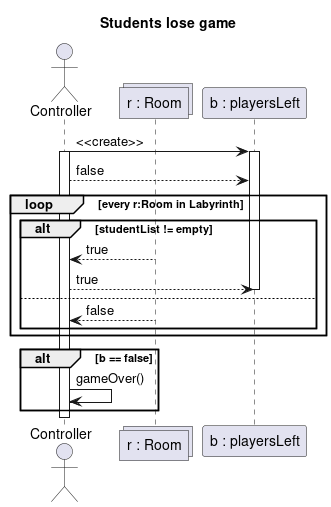
Before: out/Reko/gameOver/Students lose game.png, a diagram exported from PlantUML (MBakter/echo). The source it was exported from:
```plantuml
@startuml Students lose game
title Students lose game

actor Controller as C
collections "r : Room" as r
participant "b : playersLeft" as b

C -> b : <<create>>
Activate C
Activate b
C --> b : false
loop every r:Room in Labyrinth
alt studentList != empty
r --> C : true
C --> b : true
Deactivate b
else
r --> C : false
end
end
alt b == false
C -> C : gameOver()
end
Deactivate C

@enduml
```
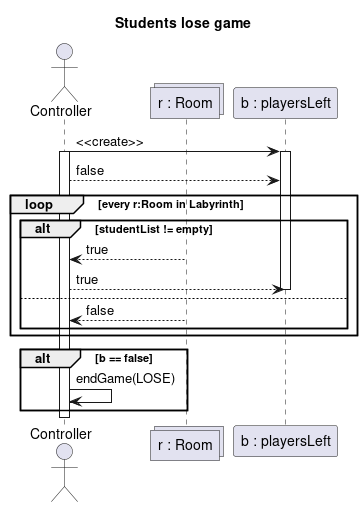
Later version of the same file.

The edit, as a diff of the source:
```diff
@@ -19,7 +19,7 @@
 end
 end
 alt b == false
-C -> C : gameOver()
+C -> C : endGame(LOSE)
 end
 Deactivate C
 
```
